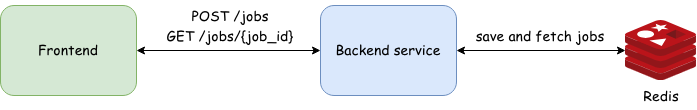
This is Images/architecture.png from Kevinferl98/Morphological_operations, a draw.io export, as it was before one commit. Source tidied: cells renumbered, new cells last; positions are measured from the earlier drawing's top-left corner, leaving out a move shared by most shapes. Its diagram source:
```xml
<mxGraphModel>
  <root>
    <mxCell id="0" />
    <mxCell id="1" parent="0" />
    <mxCell id="2" style="image;sketch=0;html=1;points=[];align=center;fontSize=12;image=img/lib/mscae/Cache_Redis_Product.svg;" parent="1" vertex="1">
      <mxGeometry x="625" y="20" width="71.4" height="60" as="geometry" />
    </mxCell>
    <mxCell id="3" value="&lt;font face=&quot;Comic Sans MS&quot;&gt;Backend service&lt;/font&gt;" style="rounded=1;whiteSpace=wrap;html=1;fillColor=#dae8fc;strokeColor=#6c8ebf;fontSize=14;" parent="1" vertex="1">
      <mxGeometry x="320" y="5" width="136" height="90" as="geometry" />
    </mxCell>
    <mxCell id="4" style="endArrow=classic;startArrow=classic;html=1;rounded=0;" parent="1" edge="1" source="3" target="2">
      <mxGeometry relative="1" as="geometry" />
    </mxCell>
    <mxCell id="5" value="Redis" style="text;html=1;whiteSpace=wrap;strokeColor=none;fillColor=none;align=center;verticalAlign=middle;rounded=0;fontFamily=Comic Sans MS;fontSize=14;" parent="1" vertex="1">
      <mxGeometry x="630.7" y="80" width="60" height="30" as="geometry" />
    </mxCell>
    <mxCell id="6" value="&lt;font face=&quot;Comic Sans MS&quot;&gt;Frontend&lt;/font&gt;" style="rounded=1;whiteSpace=wrap;html=1;fillColor=#d5e8d4;strokeColor=#82b366;fontSize=14;" parent="1" vertex="1">
      <mxGeometry y="5" width="136" height="90" as="geometry" />
    </mxCell>
    <mxCell id="7" style="endArrow=classic;startArrow=classic;html=1;rounded=0;" parent="1" edge="1" source="6" target="3">
      <mxGeometry relative="1" as="geometry" />
    </mxCell>
    <mxCell id="8" value="save and fetch jobs" style="text;html=1;whiteSpace=wrap;strokeColor=none;fillColor=none;align=center;verticalAlign=middle;rounded=0;fontFamily=Comic Sans MS;fontSize=14;" parent="1" vertex="1">
      <mxGeometry x="465" y="20" width="150" height="30" as="geometry" />
    </mxCell>
    <mxCell id="9" value="POST /jobs" style="text;html=1;whiteSpace=wrap;strokeColor=none;fillColor=none;align=center;verticalAlign=middle;rounded=0;fontFamily=Comic Sans MS;fontSize=14;" parent="1" vertex="1">
      <mxGeometry x="180" width="100" height="30" as="geometry" />
    </mxCell>
    <mxCell id="10" value="GET /jobs/{job_id}" style="text;html=1;whiteSpace=wrap;strokeColor=none;fillColor=none;align=center;verticalAlign=middle;rounded=0;fontFamily=Comic Sans MS;fontSize=14;" parent="1" vertex="1">
      <mxGeometry x="155" y="20" width="150" height="30" as="geometry" />
    </mxCell>
  </root>
</mxGraphModel>
```
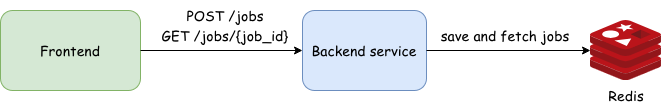
After the commit.

The edit, as a diff of the source:
```diff
@@ -2,32 +2,32 @@
   <root>
     <mxCell id="0" />
     <mxCell id="1" parent="0" />
-    <mxCell id="2" style="image;sketch=0;html=1;points=[];align=center;fontSize=12;image=img/lib/mscae/Cache_Redis_Product.svg;" parent="1" vertex="1">
-      <mxGeometry x="625" y="20" width="71.4" height="60" as="geometry" />
-    </mxCell>
+    <mxCell id="6" value="Frontend" style="rounded=1;whiteSpace=wrap;html=1;fontFamily=Comic Sans MS;fontSize=14;fillColor=#d5e8d4;strokeColor=#82b366;" parent="1" vertex="1">
+      <mxGeometry x="-160" y="-20" width="140" height="80" as="geometry" />
+    </mxCell>
-    <mxCell id="3" value="&lt;font face=&quot;Comic Sans MS&quot;&gt;Backend service&lt;/font&gt;" style="rounded=1;whiteSpace=wrap;html=1;fillColor=#dae8fc;strokeColor=#6c8ebf;fontSize=14;" parent="1" vertex="1">
-      <mxGeometry x="320" y="5" width="136" height="90" as="geometry" />
+    <mxCell id="3" value="&lt;div&gt;&lt;font face=&quot;Comic Sans MS&quot; style=&quot;font-size: 14px;&quot;&gt;Backend service&lt;/font&gt;&lt;/div&gt;" style="rounded=1;whiteSpace=wrap;html=1;fillColor=#dae8fc;strokeColor=#6c8ebf;" parent="1" vertex="1">
+      <mxGeometry x="142" y="-20" width="124" height="80" as="geometry" />
     </mxCell>
-    <mxCell id="4" style="endArrow=classic;startArrow=classic;html=1;rounded=0;" parent="1" edge="1" source="3" target="2">
-      <mxGeometry relative="1" as="geometry" />
-    </mxCell>
+    <mxCell id="11" style="image;sketch=0;html=1;points=[];align=center;fontSize=12;image=img/lib/mscae/Cache_Redis_Product.svg;" parent="1" vertex="1">
+      <mxGeometry x="430" y="-10" width="71.4" height="60" as="geometry" />
+    </mxCell>
+    <mxCell id="12" style="endArrow=classic;html=1;rounded=0;" parent="1" edge="1" source="3" target="11">
+      <mxGeometry relative="1" as="geometry" />
+    </mxCell>
-    <mxCell id="5" value="Redis" style="text;html=1;whiteSpace=wrap;strokeColor=none;fillColor=none;align=center;verticalAlign=middle;rounded=0;fontFamily=Comic Sans MS;fontSize=14;" parent="1" vertex="1">
-      <mxGeometry x="630.7" y="80" width="60" height="30" as="geometry" />
+    <mxCell id="5" value="&lt;div&gt;Redis&lt;/div&gt;" style="text;html=1;whiteSpace=wrap;strokeColor=none;fillColor=none;align=center;verticalAlign=middle;rounded=0;fontFamily=Comic Sans MS;fontSize=14;" parent="1" vertex="1">
+      <mxGeometry x="435.7" y="50" width="60" height="30" as="geometry" />
     </mxCell>
-    <mxCell id="6" value="&lt;font face=&quot;Comic Sans MS&quot;&gt;Frontend&lt;/font&gt;" style="rounded=1;whiteSpace=wrap;html=1;fillColor=#d5e8d4;strokeColor=#82b366;fontSize=14;" parent="1" vertex="1">
-      <mxGeometry y="5" width="136" height="90" as="geometry" />
-    </mxCell>
-    <mxCell id="7" style="endArrow=classic;startArrow=classic;html=1;rounded=0;" parent="1" edge="1" source="6" target="3">
+    <mxCell id="7" style="endArrow=classic;html=1;rounded=0;" parent="1" edge="1" source="6" target="3">
       <mxGeometry relative="1" as="geometry" />
     </mxCell>
     <mxCell id="8" value="save and fetch jobs" style="text;html=1;whiteSpace=wrap;strokeColor=none;fillColor=none;align=center;verticalAlign=middle;rounded=0;fontFamily=Comic Sans MS;fontSize=14;" parent="1" vertex="1">
-      <mxGeometry x="465" y="20" width="150" height="30" as="geometry" />
+      <mxGeometry x="270" y="-10" width="150" height="30" as="geometry" />
     </mxCell>
     <mxCell id="9" value="POST /jobs" style="text;html=1;whiteSpace=wrap;strokeColor=none;fillColor=none;align=center;verticalAlign=middle;rounded=0;fontFamily=Comic Sans MS;fontSize=14;" parent="1" vertex="1">
-      <mxGeometry x="180" width="100" height="30" as="geometry" />
+      <mxGeometry x="15" y="-30" width="100" height="30" as="geometry" />
     </mxCell>
-    <mxCell id="10" value="GET /jobs/{job_id}" style="text;html=1;whiteSpace=wrap;strokeColor=none;fillColor=none;align=center;verticalAlign=middle;rounded=0;fontFamily=Comic Sans MS;fontSize=14;" parent="1" vertex="1">
-      <mxGeometry x="155" y="20" width="150" height="30" as="geometry" />
+    <mxCell id="10" value="&lt;div&gt;GET /jobs/{job_id}&lt;/div&gt;" style="text;html=1;whiteSpace=wrap;strokeColor=none;fillColor=none;align=center;verticalAlign=middle;rounded=0;fontFamily=Comic Sans MS;fontSize=14;" parent="1" vertex="1">
+      <mxGeometry x="-10" y="-10" width="150" height="30" as="geometry" />
     </mxCell>
   </root>
 </mxGraphModel>
```
